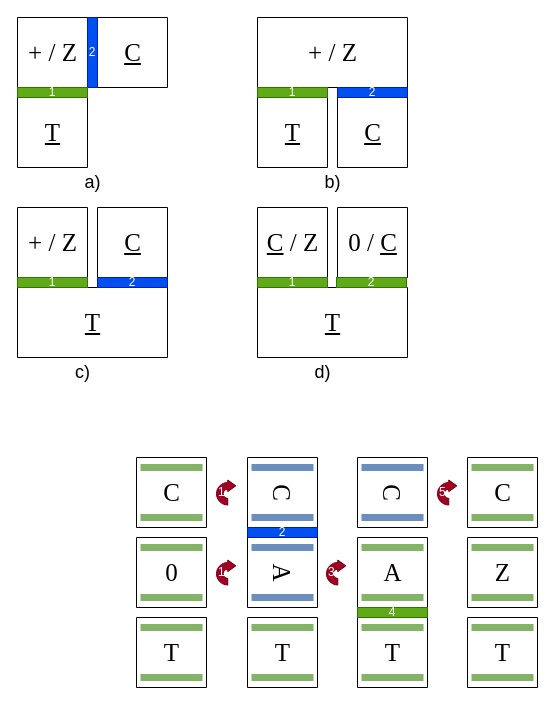
alexandrupaler/alexandrupaler.github.io keeps this draw.io diagram as translation.drawio. Above is the earlier version. Source tidied: cells renumbered, new cells numbered last; positions are measured from the earlier drawing's top-left corner, leaving out a move shared by most shapes. Both pictures are drawn from the tidied source at 100%, with x=0, y=0 at pixel (17, 17).
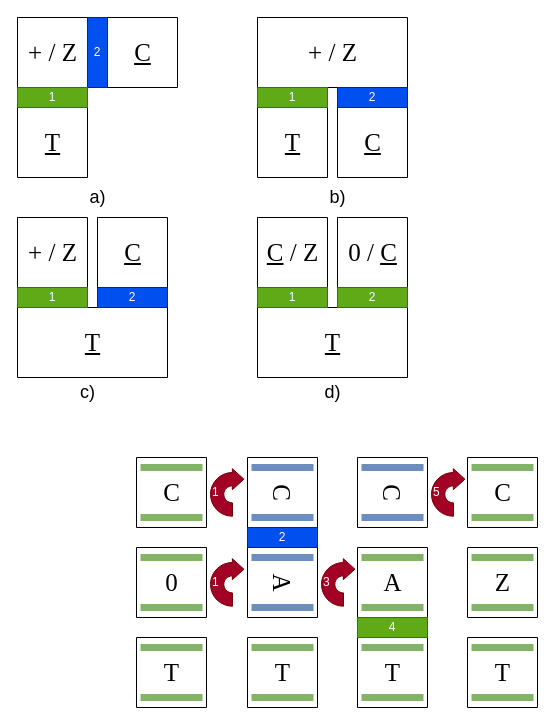
After the change.

What changed in the source:
```diff
@@
     <mxCell id="2" style="swimlane;startSize=0;" parent="1" vertex="1">
-      <mxGeometry y="80" width="70" height="70" as="geometry" />
+      <mxGeometry y="90" width="70" height="70" as="geometry" />
     </mxCell>
@@
     <mxCell id="6" style="swimlane;startSize=0;" parent="1" vertex="1">
-      <mxGeometry x="80" width="70" height="70" as="geometry" />
+      <mxGeometry x="90" width="70" height="70" as="geometry" />
     </mxCell>
@@
     <mxCell id="8" value="2" style="rounded=0;whiteSpace=wrap;html=1;fillColor=#0050ef;fontColor=#ffffff;strokeColor=#001DBC;" parent="6" vertex="1">
-      <mxGeometry x="-10" width="10" height="70" as="geometry" />
+      <mxGeometry x="-20" width="20" height="70" as="geometry" />
     </mxCell>
@@
     <mxCell id="11" style="swimlane;startSize=0;" parent="1" vertex="1">
-      <mxGeometry x="240" y="80" width="70" height="70" as="geometry" />
+      <mxGeometry x="240" y="90" width="70" height="70" as="geometry" />
     </mxCell>
@@
     <mxCell id="13" style="swimlane;startSize=0;" parent="1" vertex="1">
-      <mxGeometry x="320" y="80" width="70" height="70" as="geometry" />
+      <mxGeometry x="320" y="90" width="70" height="70" as="geometry" />
     </mxCell>
@@
     <mxCell id="15" style="swimlane;startSize=0;" parent="1" vertex="1">
-      <mxGeometry y="270" width="150" height="70" as="geometry" />
+      <mxGeometry y="290" width="150" height="70" as="geometry" />
     </mxCell>
@@
     <mxCell id="17" style="swimlane;startSize=0;" parent="1" vertex="1">
-      <mxGeometry y="190" width="70" height="70" as="geometry" />
+      <mxGeometry y="200" width="70" height="70" as="geometry" />
     </mxCell>
@@
     <mxCell id="19" style="swimlane;startSize=0;" parent="1" vertex="1">
-      <mxGeometry x="80" y="190" width="70" height="70" as="geometry" />
+      <mxGeometry x="80" y="200" width="70" height="70" as="geometry" />
     </mxCell>
@@
     <mxCell id="21" style="swimlane;startSize=0;" parent="1" vertex="1">
-      <mxGeometry x="240" y="270" width="150" height="70" as="geometry" />
+      <mxGeometry x="240" y="290" width="150" height="70" as="geometry" />
     </mxCell>
@@
     <mxCell id="23" style="swimlane;startSize=0;" parent="1" vertex="1">
-      <mxGeometry x="240" y="190" width="70" height="70" as="geometry" />
+      <mxGeometry x="240" y="200" width="70" height="70" as="geometry" />
     </mxCell>
@@
     <mxCell id="25" style="swimlane;startSize=0;" parent="1" vertex="1">
-      <mxGeometry x="320" y="190" width="70" height="70" as="geometry" />
+      <mxGeometry x="320" y="200" width="70" height="70" as="geometry" />
     </mxCell>
@@
     <mxCell id="27" value="a)" style="text;html=1;align=center;verticalAlign=middle;strokeColor=none;fillColor=none;fontSize=18;" parent="1" vertex="1">
-      <mxGeometry x="55" y="145" width="40" height="40" as="geometry" />
+      <mxGeometry x="60" y="160" width="40" height="40" as="geometry" />
     </mxCell>
     <mxCell id="28" value="b)" style="text;html=1;align=center;verticalAlign=middle;strokeColor=none;fillColor=none;fontSize=18;" parent="1" vertex="1">
-      <mxGeometry x="295" y="145" width="40" height="40" as="geometry" />
+      <mxGeometry x="300" y="160" width="40" height="40" as="geometry" />
     </mxCell>
     <mxCell id="29" value="c)" style="text;html=1;align=center;verticalAlign=middle;strokeColor=none;fillColor=none;fontSize=18;" parent="1" vertex="1">
-      <mxGeometry x="45" y="335" width="40" height="40" as="geometry" />
+      <mxGeometry x="50" y="355" width="40" height="40" as="geometry" />
     </mxCell>
     <mxCell id="30" value="d)" style="text;html=1;align=center;verticalAlign=middle;strokeColor=none;fillColor=none;fontSize=18;" parent="1" vertex="1">
-      <mxGeometry x="285" y="335" width="40" height="40" as="geometry" />
+      <mxGeometry x="295" y="355" width="40" height="40" as="geometry" />
     </mxCell>
@@
     <mxCell id="35" style="swimlane;startSize=0;" parent="1" vertex="1">
-      <mxGeometry x="119" y="600" width="70" height="70" as="geometry" />
+      <mxGeometry x="119" y="620" width="70" height="70" as="geometry" />
     </mxCell>
@@
-    <mxCell id="39" value="1" style="html=1;shadow=0;dashed=0;align=left;verticalAlign=middle;shape=mxgraph.arrows2.uTurnArrow;dy=3.33;arrowHead=11.66;dx2=8.13;fillColor=#a20025;strokeColor=#6F0000;fontFamily=Helvetica;fontStyle=0;fontSize=12;fontColor=#ffffff;" parent="1" vertex="1">
-      <mxGeometry x="199" y="462.5" width="10" height="25" as="geometry" />
+    <mxCell id="39" value="1" style="html=1;shadow=0;dashed=0;align=left;verticalAlign=middle;shape=mxgraph.arrows2.uTurnArrow;dy=6.66;arrowHead=20.98;dx2=11.59;fillColor=#a20025;strokeColor=#6F0000;fontFamily=Helvetica;fontStyle=0;fontSize=12;fontColor=#ffffff;" parent="1" vertex="1">
+      <mxGeometry x="193" y="451.2" width="22" height="47.5" as="geometry" />
     </mxCell>
@@
     <mxCell id="44" style="swimlane;startSize=0;" parent="1" vertex="1">
-      <mxGeometry x="119" y="520" width="70" height="70" as="geometry" />
+      <mxGeometry x="119" y="530" width="70" height="70" as="geometry" />
     </mxCell>
@@
     <mxCell id="48" style="swimlane;startSize=0;" parent="1" vertex="1">
-      <mxGeometry x="230" y="520" width="70" height="70" as="geometry" />
+      <mxGeometry x="230" y="530" width="70" height="70" as="geometry" />
     </mxCell>
@@
     <mxCell id="52" style="swimlane;startSize=0;" parent="1" vertex="1">
-      <mxGeometry x="230" y="600" width="70" height="70" as="geometry" />
+      <mxGeometry x="230" y="620" width="70" height="70" as="geometry" />
     </mxCell>
@@
     <mxCell id="56" style="swimlane;startSize=0;" parent="1" vertex="1">
-      <mxGeometry x="340" y="600" width="70" height="70" as="geometry" />
+      <mxGeometry x="340" y="620" width="70" height="70" as="geometry" />
     </mxCell>
@@
     <mxCell id="64" style="swimlane;startSize=0;" parent="1" vertex="1">
-      <mxGeometry x="340" y="520" width="70" height="70" as="geometry" />
+      <mxGeometry x="340" y="530" width="70" height="70" as="geometry" />
     </mxCell>
@@
     <mxCell id="72" style="swimlane;startSize=0;" parent="1" vertex="1">
-      <mxGeometry x="450" y="600" width="70" height="70" as="geometry" />
+      <mxGeometry x="450" y="620" width="70" height="70" as="geometry" />
     </mxCell>
@@
     <mxCell id="76" style="swimlane;startSize=0;" parent="1" vertex="1">
-      <mxGeometry x="450" y="520" width="70" height="70" as="geometry" />
+      <mxGeometry x="450" y="530" width="70" height="70" as="geometry" />
     </mxCell>
@@
     <mxCell id="80" value="1" style="rounded=0;whiteSpace=wrap;html=1;fillColor=#60a917;fontColor=#ffffff;strokeColor=#2D7600;" parent="1" vertex="1">
-      <mxGeometry y="70" width="70" height="10" as="geometry" />
+      <mxGeometry y="70" width="70" height="20" as="geometry" />
     </mxCell>
     <mxCell id="81" value="2" style="rounded=0;whiteSpace=wrap;html=1;fillColor=#0050ef;fontColor=#ffffff;strokeColor=#001DBC;" parent="1" vertex="1">
-      <mxGeometry x="320" y="70" width="70" height="10" as="geometry" />
+      <mxGeometry x="320" y="70" width="70" height="20" as="geometry" />
     </mxCell>
     <mxCell id="82" value="1" style="rounded=0;whiteSpace=wrap;html=1;fillColor=#60a917;fontColor=#ffffff;strokeColor=#2D7600;" parent="1" vertex="1">
-      <mxGeometry x="240" y="70" width="70" height="10" as="geometry" />
+      <mxGeometry x="240" y="70" width="70" height="20" as="geometry" />
     </mxCell>
     <mxCell id="83" value="1" style="rounded=0;whiteSpace=wrap;html=1;fillColor=#60a917;fontColor=#ffffff;strokeColor=#2D7600;" parent="1" vertex="1">
-      <mxGeometry y="260" width="70" height="10" as="geometry" />
+      <mxGeometry y="270" width="70" height="20" as="geometry" />
     </mxCell>
     <mxCell id="84" value="2" style="rounded=0;whiteSpace=wrap;html=1;fillColor=#0050ef;fontColor=#ffffff;strokeColor=#001DBC;" parent="1" vertex="1">
-      <mxGeometry x="80" y="260" width="70" height="10" as="geometry" />
+      <mxGeometry x="80" y="270" width="70" height="20" as="geometry" />
     </mxCell>
     <mxCell id="85" value="1" style="rounded=0;whiteSpace=wrap;html=1;fillColor=#60a917;fontColor=#ffffff;strokeColor=#2D7600;" parent="1" vertex="1">
-      <mxGeometry x="240" y="260" width="70" height="10" as="geometry" />
+      <mxGeometry x="240" y="270" width="70" height="20" as="geometry" />
     </mxCell>
     <mxCell id="86" value="2" style="rounded=0;whiteSpace=wrap;html=1;fillColor=#60a917;fontColor=#ffffff;strokeColor=#2D7600;" parent="1" vertex="1">
-      <mxGeometry x="319" y="260" width="70" height="10" as="geometry" />
+      <mxGeometry x="320" y="270" width="70" height="20" as="geometry" />
     </mxCell>
     <mxCell id="87" value="2" style="rounded=0;whiteSpace=wrap;html=1;fillColor=#0050ef;fontColor=#ffffff;strokeColor=#001DBC;" parent="1" vertex="1">
-      <mxGeometry x="230" y="510" width="70" height="10" as="geometry" />
+      <mxGeometry x="230" y="510" width="70" height="20" as="geometry" />
     </mxCell>
     <mxCell id="88" value="4" style="rounded=0;whiteSpace=wrap;html=1;fillColor=#60a917;fontColor=#ffffff;strokeColor=#2D7600;" parent="1" vertex="1">
-      <mxGeometry x="340" y="590" width="70" height="10" as="geometry" />
+      <mxGeometry x="340" y="600" width="70" height="20" as="geometry" />
     </mxCell>
-    <mxCell id="89" value="1" style="html=1;shadow=0;dashed=0;align=left;verticalAlign=middle;shape=mxgraph.arrows2.uTurnArrow;dy=3.33;arrowHead=11.66;dx2=8.13;fillColor=#a20025;strokeColor=#6F0000;fontFamily=Helvetica;fontStyle=0;fontSize=12;fontColor=#ffffff;" parent="1" vertex="1">
-      <mxGeometry x="199" y="542.5" width="10" height="25" as="geometry" />
+    <mxCell id="89" value="1" style="html=1;shadow=0;dashed=0;align=left;verticalAlign=middle;shape=mxgraph.arrows2.uTurnArrow;dy=6.66;arrowHead=20.98;dx2=11.59;fillColor=#a20025;strokeColor=#6F0000;fontFamily=Helvetica;fontStyle=0;fontSize=12;fontColor=#ffffff;" parent="1" vertex="1">
+      <mxGeometry x="193" y="541.2" width="22" height="47.5" as="geometry" />
     </mxCell>
-    <mxCell id="90" value="3" style="html=1;shadow=0;dashed=0;align=left;verticalAlign=middle;shape=mxgraph.arrows2.uTurnArrow;dy=3.33;arrowHead=11.66;dx2=8.13;fillColor=#a20025;strokeColor=#6F0000;fontFamily=Helvetica;fontStyle=0;fontSize=12;fontColor=#ffffff;" parent="1" vertex="1">
-      <mxGeometry x="309" y="542.5" width="10" height="25" as="geometry" />
+    <mxCell id="90" value="3" style="html=1;shadow=0;dashed=0;align=left;verticalAlign=middle;shape=mxgraph.arrows2.uTurnArrow;dy=6.66;arrowHead=20.98;dx2=11.59;fillColor=#a20025;strokeColor=#6F0000;fontFamily=Helvetica;fontStyle=0;fontSize=12;fontColor=#ffffff;" parent="1" vertex="1">
+      <mxGeometry x="304" y="541.2" width="22" height="47.5" as="geometry" />
     </mxCell>
-    <mxCell id="91" value="5" style="html=1;shadow=0;dashed=0;align=left;verticalAlign=middle;shape=mxgraph.arrows2.uTurnArrow;dy=3.33;arrowHead=11.66;dx2=8.13;fillColor=#a20025;strokeColor=#6F0000;fontFamily=Helvetica;fontStyle=0;fontSize=12;fontColor=#ffffff;" parent="1" vertex="1">
-      <mxGeometry x="420" y="462.5" width="10" height="25" as="geometry" />
+    <mxCell id="91" value="&lt;div&gt;5&lt;/div&gt;" style="html=1;shadow=0;dashed=0;align=left;verticalAlign=middle;shape=mxgraph.arrows2.uTurnArrow;dy=6.66;arrowHead=20.98;dx2=11.59;fillColor=#a20025;strokeColor=#6F0000;fontFamily=Helvetica;fontStyle=0;fontSize=12;fontColor=#ffffff;" parent="1" vertex="1">
+      <mxGeometry x="414" y="451.2" width="22" height="47.5" as="geometry" />
     </mxCell>
```
